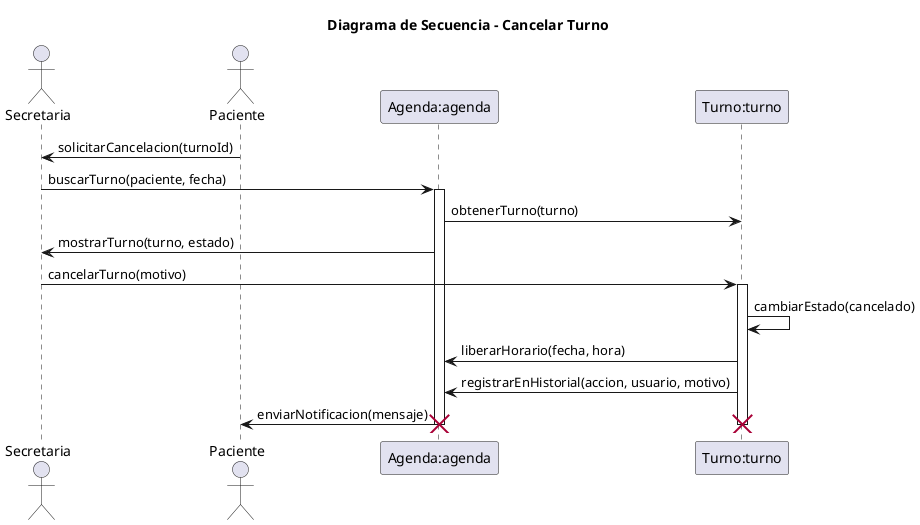
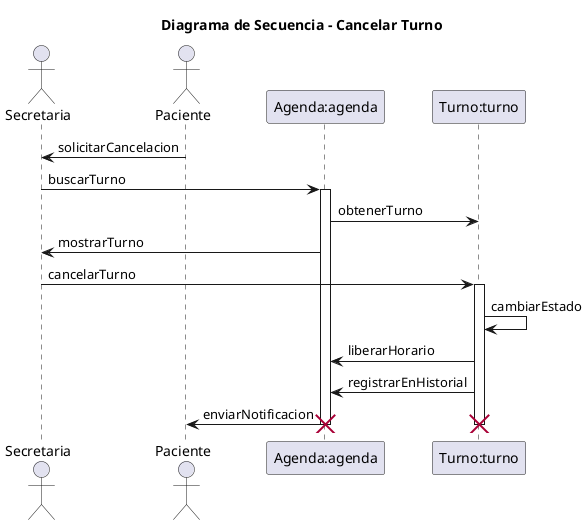
@startuml 05-secuencia-cancelar-turno-02

title Diagrama de Secuencia - Cancelar Turno
' Nombre del escenario: Cancelar Turno - Flujo Principal
' Archivo: diagramas/03-escenarios-casos-de-uso/03-cancelar-turno-flujo-principal.md
' Objetivo: Representar la cancelación de un turno a solicitud del paciente, involucrando secretaria, paciente y sistema, basado en responsabilidades de CRC (Secretaria gestiona turnos, Turno modifica estados, Agenda libera horarios).

actor Secretaria as secretaria
actor Paciente as paciente
participant "Agenda:agenda" as agenda
participant "Turno:turno" as turno

- paciente -> secretaria: solicitarCancelacion(turnoId)
+ paciente -> secretaria: solicitarCancelacion

- secretaria -> agenda: buscarTurno(paciente, fecha)
+ secretaria -> agenda: buscarTurno
activate agenda

- agenda -> turno: obtenerTurno(turno)
- agenda -> secretaria: mostrarTurno(turno, estado)
+ agenda -> turno: obtenerTurno
+ agenda -> secretaria: mostrarTurno

- secretaria -> turno: cancelarTurno(motivo)
+ secretaria -> turno: cancelarTurno
activate turno

- turno -> turno: cambiarEstado(cancelado)
- turno -> agenda: liberarHorario(fecha, hora)
- turno -> agenda: registrarEnHistorial(accion, usuario, motivo)
+ turno -> turno: cambiarEstado
+ turno -> agenda: liberarHorario
+ turno -> agenda: registrarEnHistorial

- agenda -> paciente: enviarNotificacion(mensaje)
+ agenda -> paciente: enviarNotificacion

deactivate turno
deactivate agenda

destroy turno
destroy agenda

@enduml